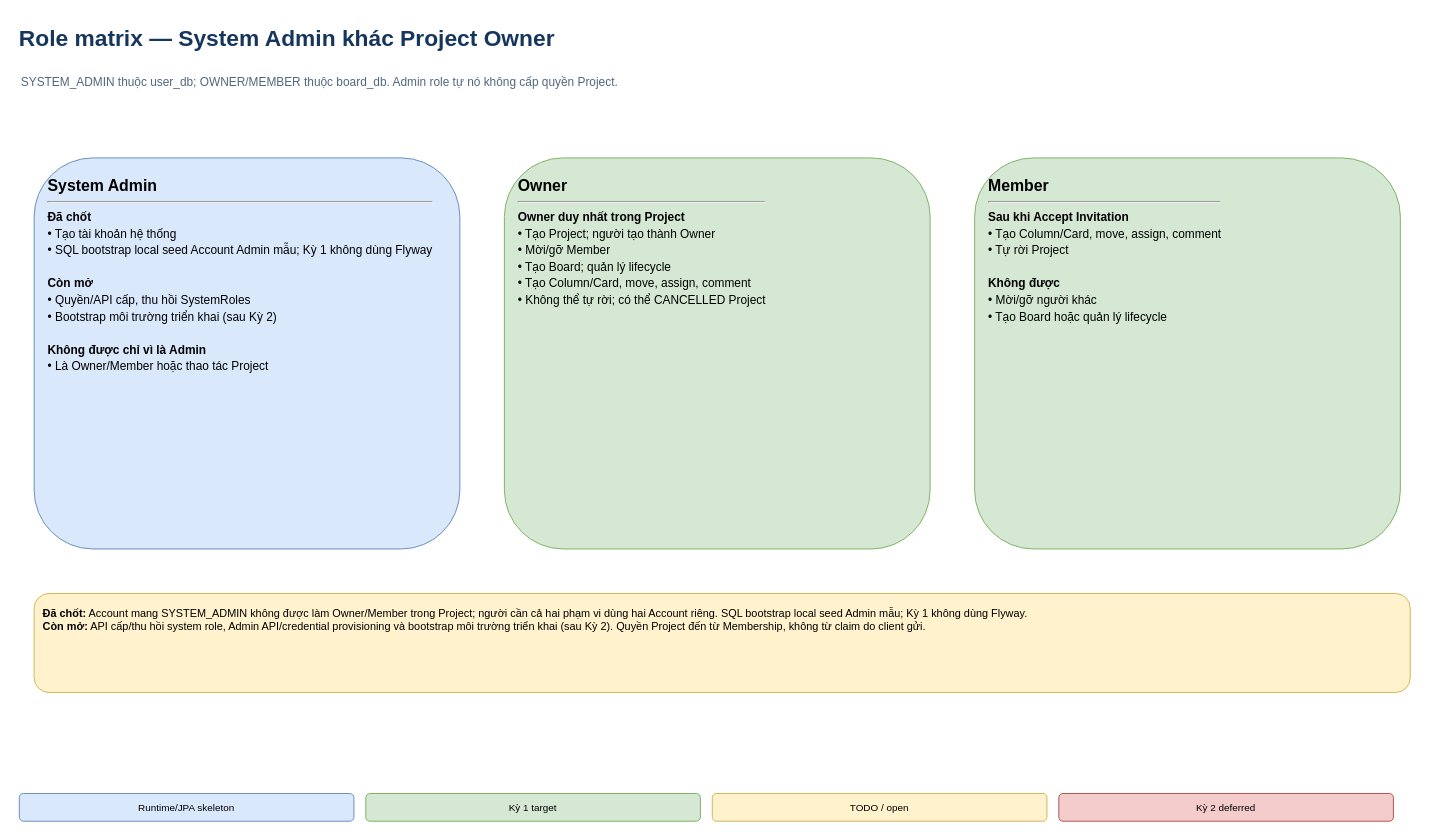
Before: page "01 - Role matrix" (2 of 17) of docs/project/dev-platform-system-design.drawio in gekok/Dev-Platform, a draw.io diagram. Source tidied: cells renumbered, new cells numbered last; positions are measured from the earlier drawing's top-left corner, leaving out a move shared by most shapes. Both pictures are drawn from the tidied source at 99%, with x=0, y=0 at pixel (17, 17).
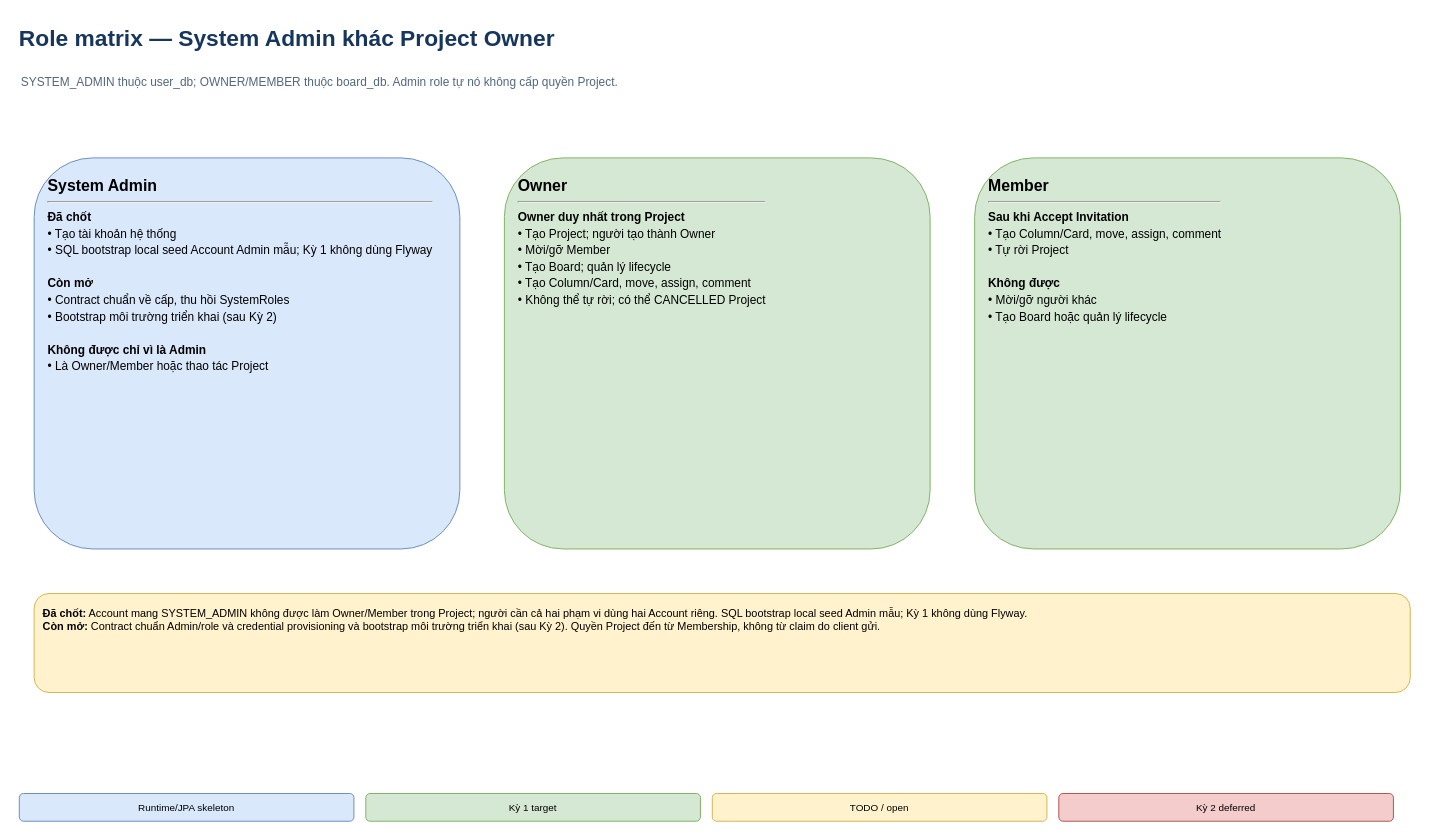
The same page after the edit.

The edit, as a diff of the source:
```diff
@@
 <mxGraphModel>
   <root>
     <mxCell id="0" />
     <mxCell id="1" parent="0" />
     <mxCell id="2" value="&lt;b&gt;Role matrix — System Admin khác Project Owner&lt;/b&gt;" style="text;html=1;strokeColor=none;fillColor=none;align=left;verticalAlign=middle;fontSize=23;fontStyle=1;fontColor=#17365d;" parent="1" vertex="1">
       <mxGeometry width="1424" height="42" as="geometry" />
     </mxCell>
     <mxCell id="3" value="SYSTEM_ADMIN thuộc user_db; OWNER/MEMBER thuộc board_db. Admin role tự nó không cấp quyền Project." style="text;html=1;strokeColor=none;fillColor=none;align=left;verticalAlign=middle;fontSize=12;fontColor=#52677d;whiteSpace=wrap;" parent="1" vertex="1">
       <mxGeometry x="2" y="44" width="1420" height="44" as="geometry" />
     </mxCell>
-    <mxCell id="4" value="&lt;div style='font-size:16px;font-weight:bold;'&gt;System Admin&lt;/div&gt;&lt;hr/&gt;&lt;div style='font-size:12px;line-height:1.4;'&gt;&lt;b&gt;Đã chốt&lt;/b&gt;&lt;br/&gt;• Tạo tài khoản hệ thống&lt;br/&gt;• SQL bootstrap local seed Account Admin mẫu; Kỳ 1 không dùng Flyway&lt;br/&gt;&lt;br/&gt;&lt;b&gt;Còn mở&lt;/b&gt;&lt;br/&gt;• Quyền/API cấp, thu hồi SystemRoles&lt;br/&gt;• Bootstrap môi trường triển khai (sau Kỳ 2)&lt;br/&gt;&lt;br/&gt;&lt;b&gt;Không được chỉ vì là Admin&lt;/b&gt;&lt;br/&gt;• Là Owner/Member hoặc thao tác Project&lt;/div&gt;" style="rounded=1;whiteSpace=wrap;html=1;align=left;verticalAlign=top;spacing=14;fontSize=12;strokeColor=#6c8ebf;fillColor=#dae8fc;" parent="1" vertex="1">
+    <mxCell id="4" value="&lt;div style='font-size:16px;font-weight:bold;'&gt;System Admin&lt;/div&gt;&lt;hr/&gt;&lt;div style='font-size:12px;line-height:1.4;'&gt;&lt;b&gt;Đã chốt&lt;/b&gt;&lt;br/&gt;• Tạo tài khoản hệ thống&lt;br/&gt;• SQL bootstrap local seed Account Admin mẫu; Kỳ 1 không dùng Flyway&lt;br/&gt;&lt;br/&gt;&lt;b&gt;Còn mở&lt;/b&gt;&lt;br/&gt;• Contract chuẩn về cấp, thu hồi SystemRoles&lt;br/&gt;• Bootstrap môi trường triển khai (sau Kỳ 2)&lt;br/&gt;&lt;br/&gt;&lt;b&gt;Không được chỉ vì là Admin&lt;/b&gt;&lt;br/&gt;• Là Owner/Member hoặc thao tác Project&lt;/div&gt;" style="rounded=1;whiteSpace=wrap;html=1;align=left;verticalAlign=top;spacing=14;fontSize=12;strokeColor=#6c8ebf;fillColor=#dae8fc;" parent="1" vertex="1">
       <mxGeometry x="17" y="142" width="430" height="395" as="geometry" />
     </mxCell>
     <mxCell id="5" value="&lt;div style='font-size:16px;font-weight:bold;'&gt;Owner&lt;/div&gt;&lt;hr/&gt;&lt;div style='font-size:12px;line-height:1.4;'&gt;&lt;b&gt;Owner duy nhất trong Project&lt;/b&gt;&lt;br/&gt;• Tạo Project; người tạo thành Owner&lt;br/&gt;• Mời/gỡ Member&lt;br/&gt;• Tạo Board; quản lý lifecycle&lt;br/&gt;• Tạo Column/Card, move, assign, comment&lt;br/&gt;• Không thể tự rời; có thể CANCELLED Project&lt;/div&gt;" style="rounded=1;whiteSpace=wrap;html=1;align=left;verticalAlign=top;spacing=14;fontSize=12;strokeColor=#82b366;fillColor=#d5e8d4;" parent="1" vertex="1">
       <mxGeometry x="492" y="142" width="430" height="395" as="geometry" />
     </mxCell>
     <mxCell id="6" value="&lt;div style='font-size:16px;font-weight:bold;'&gt;Member&lt;/div&gt;&lt;hr/&gt;&lt;div style='font-size:12px;line-height:1.4;'&gt;&lt;b&gt;Sau khi Accept Invitation&lt;/b&gt;&lt;br/&gt;• Tạo Column/Card, move, assign, comment&lt;br/&gt;• Tự rời Project&lt;br/&gt;&lt;br/&gt;&lt;b&gt;Không được&lt;/b&gt;&lt;br/&gt;• Mời/gỡ người khác&lt;br/&gt;• Tạo Board hoặc quản lý lifecycle&lt;/div&gt;" style="rounded=1;whiteSpace=wrap;html=1;align=left;verticalAlign=top;spacing=14;fontSize=12;strokeColor=#82b366;fillColor=#d5e8d4;" parent="1" vertex="1">
       <mxGeometry x="967" y="142" width="430" height="395" as="geometry" />
     </mxCell>
-    <mxCell id="7" value="&lt;b&gt;Đã chốt:&lt;/b&gt; Account mang SYSTEM_ADMIN không được làm Owner/Member trong Project; người cần cả hai phạm vi dùng hai Account riêng. SQL bootstrap local seed Admin mẫu; Kỳ 1 không dùng Flyway.&lt;br/&gt;&lt;b&gt;Còn mở:&lt;/b&gt; API cấp/thu hồi system role, Admin API/credential provisioning và bootstrap môi trường triển khai (sau Kỳ 2). Quyền Project đến từ Membership, không từ claim do client gửi." style="rounded=1;whiteSpace=wrap;html=1;align=left;verticalAlign=top;spacing=9;fontSize=11;strokeColor=#d6b656;fillColor=#fff2cc;" parent="1" vertex="1">
+    <mxCell id="7" value="&lt;b&gt;Đã chốt:&lt;/b&gt; Account mang SYSTEM_ADMIN không được làm Owner/Member trong Project; người cần cả hai phạm vi dùng hai Account riêng. SQL bootstrap local seed Admin mẫu; Kỳ 1 không dùng Flyway.&lt;br/&gt;&lt;b&gt;Còn mở:&lt;/b&gt; Contract chuẩn Admin/role và credential provisioning và bootstrap môi trường triển khai (sau Kỳ 2). Quyền Project đến từ Membership, không từ claim do client gửi." style="rounded=1;whiteSpace=wrap;html=1;align=left;verticalAlign=top;spacing=9;fontSize=11;strokeColor=#d6b656;fillColor=#fff2cc;" parent="1" vertex="1">
       <mxGeometry x="17" y="582" width="1390" height="100" as="geometry" />
     </mxCell>
     <mxCell id="8" value="Runtime/JPA skeleton" style="rounded=1;whiteSpace=wrap;html=1;align=center;verticalAlign=middle;fontSize=10;strokeColor=#6c8ebf;fillColor=#dae8fc;" parent="1" vertex="1">
       <mxGeometry x="2" y="784" width="338" height="28" as="geometry" />
     </mxCell>
     <mxCell id="9" value="Kỳ 1 target" style="rounded=1;whiteSpace=wrap;html=1;align=center;verticalAlign=middle;fontSize=10;strokeColor=#82b366;fillColor=#d5e8d4;" parent="1" vertex="1">
       <mxGeometry x="352" y="784" width="338" height="28" as="geometry" />
     </mxCell>
     <mxCell id="10" value="TODO / open" style="rounded=1;whiteSpace=wrap;html=1;align=center;verticalAlign=middle;fontSize=10;strokeColor=#d6b656;fillColor=#fff2cc;" parent="1" vertex="1">
       <mxGeometry x="702" y="784" width="338" height="28" as="geometry" />
     </mxCell>
     <mxCell id="11" value="Kỳ 2 deferred" style="rounded=1;whiteSpace=wrap;html=1;align=center;verticalAlign=middle;fontSize=10;strokeColor=#b85450;fillColor=#f4cccc;" parent="1" vertex="1">
       <mxGeometry x="1052" y="784" width="338" height="28" as="geometry" />
     </mxCell>
   </root>
 </mxGraphModel>
```
